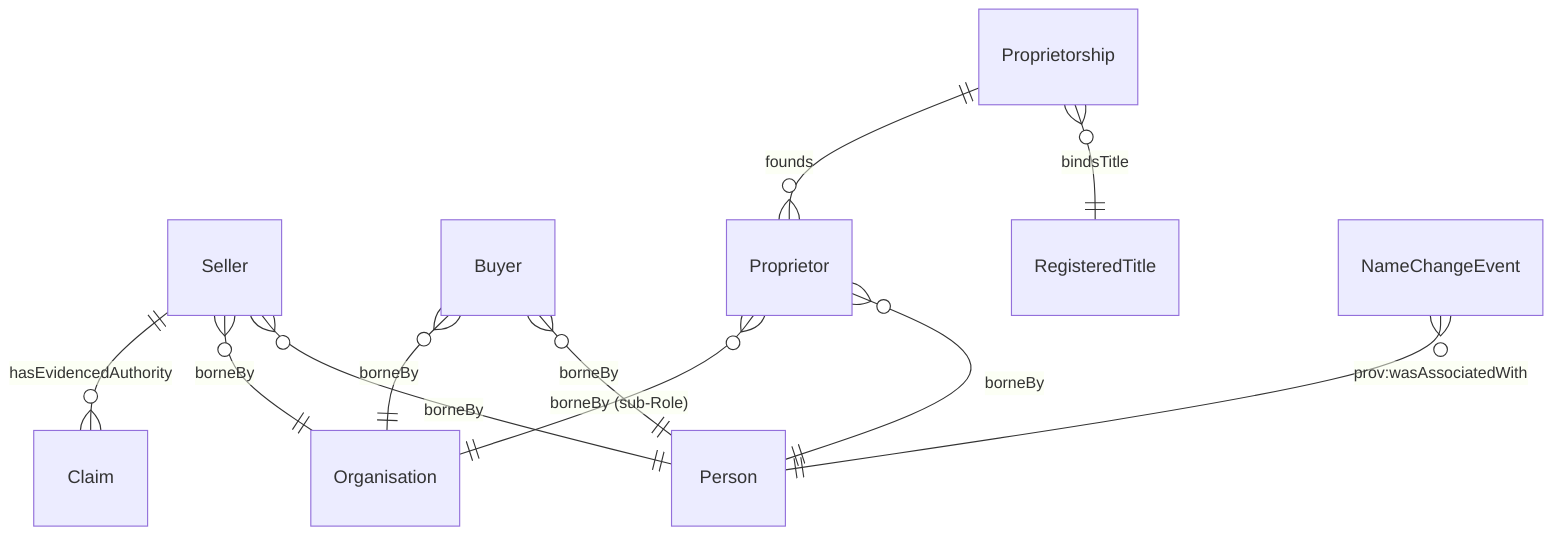
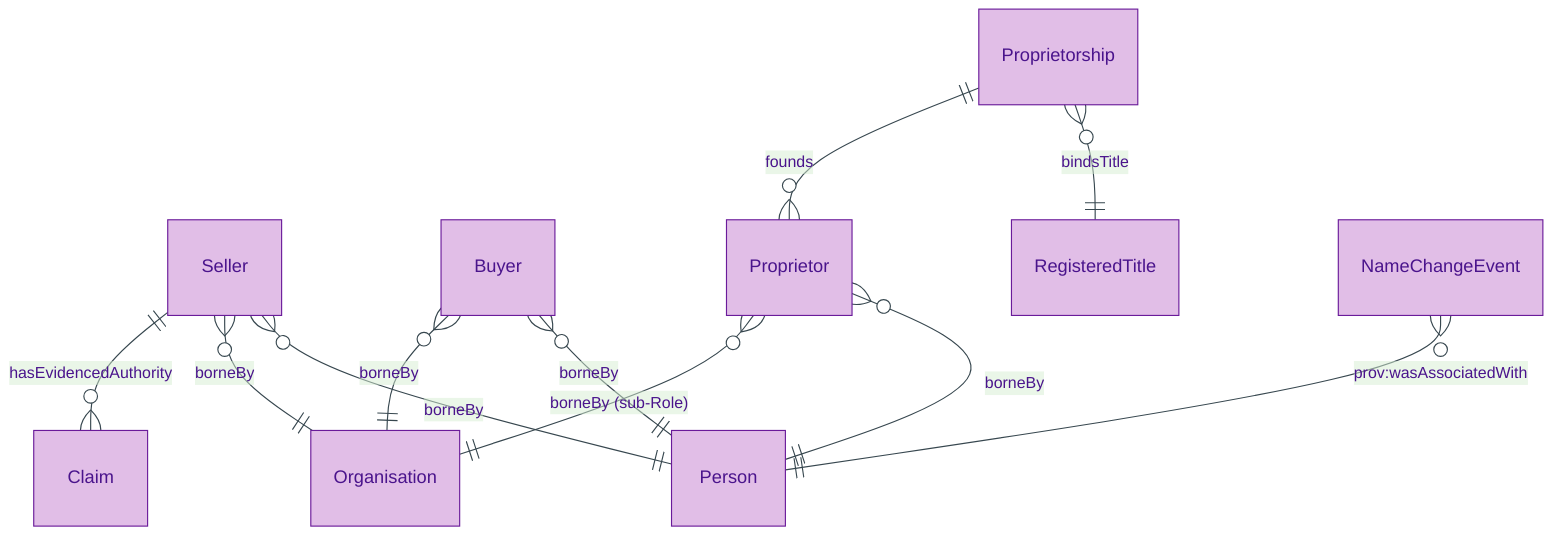
+ %%{init: {"theme": "base", "themeVariables": {"primaryColor": "#E1BEE7", "primaryTextColor": "#4A148C", "primaryBorderColor": "#6A1B9A", "lineColor": "#37474F"}}}%%
erDiagram
+     accTitle: Agent Module — Entity-Relationship Diagram
+     accDescr: Agent module entities (Person, Organisation as Substance Kinds; Buyer, Seller, Proprietor as Roles; Proprietorship as Relator) plus NameChangeEvent and Claim link.
+ 
    Seller }o--|| Person : "borneBy"
    Seller }o--|| Organisation : "borneBy"
    Buyer }o--|| Person : "borneBy"
    Buyer }o--|| Organisation : "borneBy"
    Proprietorship }o--|| RegisteredTitle : "bindsTitle"
    Proprietorship ||--o{ Proprietor : "founds"
    Proprietor }o--|| Person : "borneBy"
    Proprietor }o--|| Organisation : "borneBy (sub-Role)"
    NameChangeEvent }o--|| Person : "prov:wasAssociatedWith"
    Seller ||--o{ Claim : "hasEvidencedAuthority"
